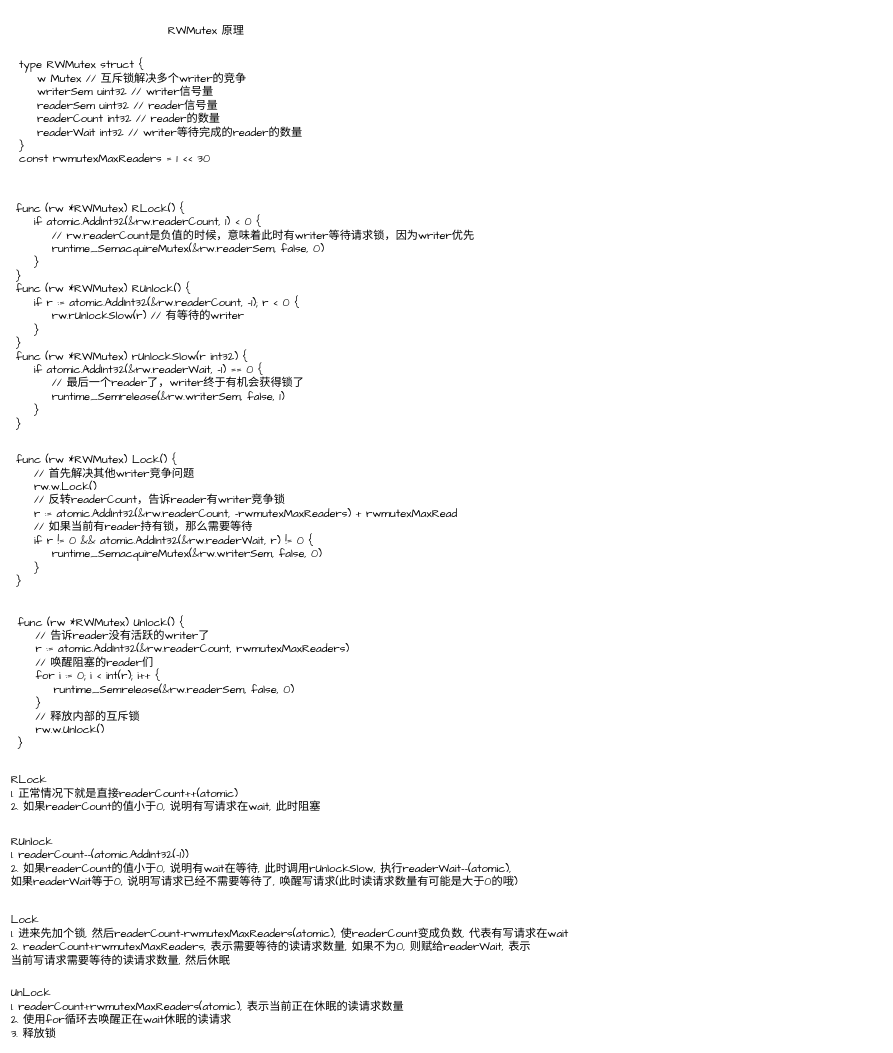
The draw.io diagram drawio/RWMutex.drawio in Zzaniu/drawio, before the edit. Source tidied: cells renumbered, new cells numbered last; positions are measured from the earlier drawing's top-left corner, leaving out a move shared by most shapes. Both pictures are drawn from the tidied source at 56%, with x=0, y=0 at pixel (10, 19).
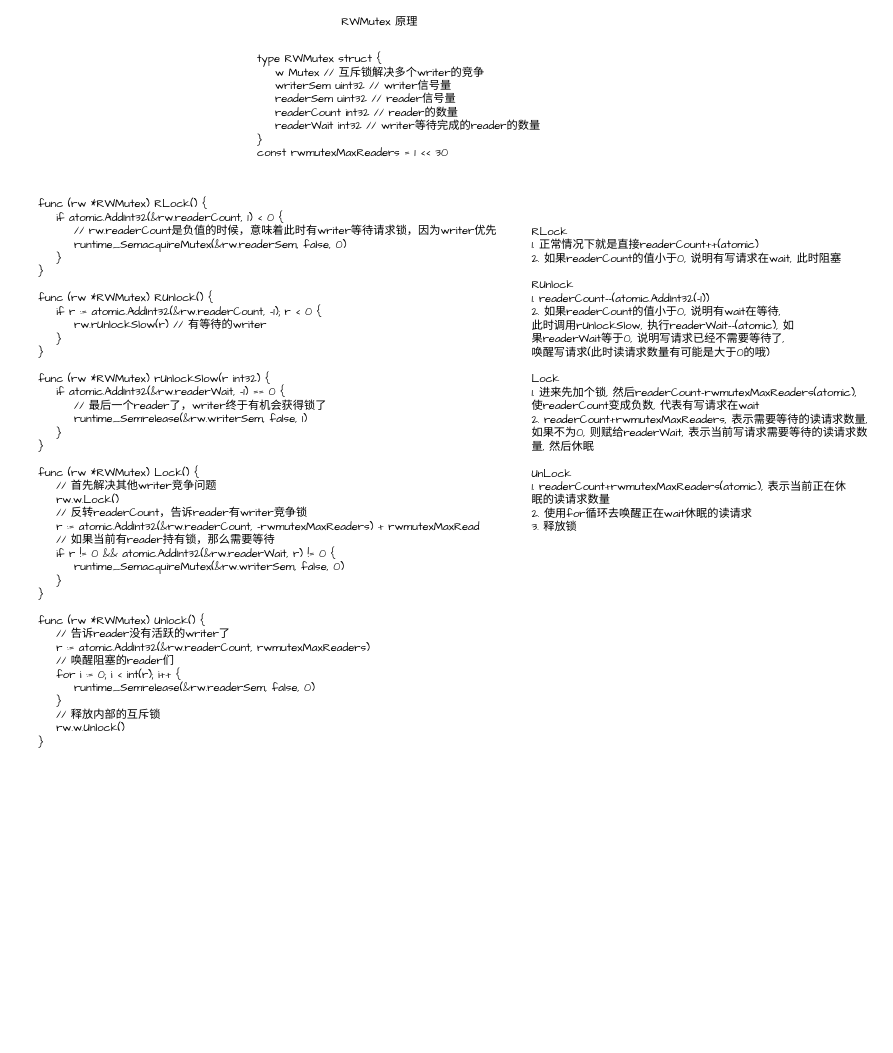
The same page after the edit.

What changed in the source:
```diff
@@
 <mxGraphModel>
   <root>
     <mxCell id="0" />
     <mxCell id="1" parent="0" />
     <mxCell id="2" value="RWMutex&amp;nbsp;原理" style="text;html=1;align=center;verticalAlign=middle;strokeColor=none;fillColor=none;fontSize=20;fontFamily=Architects Daughter;sketch=1;hachureGap=4;jiggle=2;" parent="1" vertex="1">
-      <mxGeometry x="270" width="160" height="40" as="geometry" />
+      <mxGeometry x="580" y="-17" width="160" height="40" as="geometry" />
     </mxCell>
     <mxCell id="3" value="&lt;div&gt;type RWMutex struct {&lt;/div&gt;&lt;div&gt;&amp;nbsp; &amp;nbsp; w Mutex // 互斥锁解决多个writer的竞争&lt;/div&gt;&lt;div&gt;&amp;nbsp; &amp;nbsp; writerSem uint32 // writer信号量&lt;/div&gt;&lt;div&gt;&amp;nbsp; &amp;nbsp; readerSem uint32 // reader信号量&lt;/div&gt;&lt;div&gt;&amp;nbsp; &amp;nbsp; readerCount int32 // reader的数量&lt;/div&gt;&lt;div&gt;&amp;nbsp; &amp;nbsp; readerWait int32 // writer等待完成的reader的数量&lt;/div&gt;&lt;div&gt;}&lt;/div&gt;&lt;div&gt;const rwmutexMaxReaders = 1 &amp;lt;&amp;lt; 30&lt;/div&gt;" style="text;html=1;align=left;verticalAlign=middle;strokeColor=none;fillColor=none;fontSize=20;fontFamily=Architects Daughter;sketch=1;hachureGap=4;jiggle=2;" parent="1" vertex="1">
-      <mxGeometry x="15" y="60" width="530" height="210" as="geometry" />
+      <mxGeometry x="440" y="49" width="530" height="210" as="geometry" />
     </mxCell>
-    <mxCell id="4" value="&lt;div&gt;RLock&lt;/div&gt;&lt;div&gt;1. 正常情况下就是直接readerCount++(atomic)&lt;/div&gt;&lt;div&gt;2. 如果readerCount的值小于0, 说明有写请求在wait, 此时阻塞&lt;/div&gt;&lt;div style=&quot;&quot;&gt;&lt;br&gt;&lt;/div&gt;" style="text;html=1;align=left;verticalAlign=middle;strokeColor=none;fillColor=none;fontSize=20;fontFamily=Architects Daughter;sketch=1;hachureGap=4;jiggle=2;" parent="1" vertex="1">
-      <mxGeometry y="1339" width="580" height="110" as="geometry" />
+    <mxCell id="4" value="&lt;div&gt;RLock&lt;/div&gt;&lt;div&gt;1. 正常情况下就是直接readerCount++(atomic)&lt;/div&gt;&lt;div&gt;2. 如果readerCount的值小于0, 说明有写请求在wait, 此时阻塞&lt;/div&gt;&lt;div&gt;&lt;br&gt;&lt;/div&gt;&lt;div&gt;RUnlock&lt;/div&gt;&lt;div&gt;1. readerCount--(atomic.AddInt32(-1))&lt;/div&gt;&lt;div&gt;2. 如果readerCount的值小于0, 说明有wait在等待,&amp;nbsp;&lt;/div&gt;&lt;div&gt;此时调用rUnlockSlow, 执行readerWait--(atomic), 如&lt;/div&gt;&lt;div&gt;果readerWait等于0, 说明写请求已经不需要等待了,&amp;nbsp;&lt;/div&gt;&lt;div&gt;唤醒写请求(此时读请求数量有可能是大于0的哦)&lt;/div&gt;&lt;div&gt;&lt;br&gt;&lt;/div&gt;&lt;div&gt;Lock&lt;/div&gt;&lt;div&gt;1. 进来先加个锁, 然后readerCount-rwmutexMaxReaders(atomic),&amp;nbsp;&lt;/div&gt;&lt;div&gt;使readerCount变成负数, 代表有写请求在wait&lt;/div&gt;&lt;div&gt;2. readerCount+rwmutexMaxReaders, 表示需要等待的读请求数量,&amp;nbsp;&lt;/div&gt;&lt;div&gt;如果不为0, 则赋给readerWait, 表示当前写请求需要等待的读请求数&lt;/div&gt;&lt;div&gt;量, 然后休眠&lt;/div&gt;&lt;div&gt;&lt;br&gt;&lt;/div&gt;&lt;div&gt;UnLock&lt;/div&gt;&lt;div&gt;1. readerCount+rwmutexMaxReaders(atomic), 表示当前正在休&lt;/div&gt;&lt;div&gt;眠的读请求数量&lt;/div&gt;&lt;div&gt;2. 使用for循环去唤醒正在wait休眠的读请求&lt;/div&gt;&lt;div&gt;3. 释放锁&lt;/div&gt;&lt;div&gt;&lt;br&gt;&lt;/div&gt;" style="text;html=1;align=left;verticalAlign=middle;strokeColor=none;fillColor=none;fontSize=20;fontFamily=Architects Daughter;sketch=1;hachureGap=4;jiggle=2;" parent="1" vertex="1">
+      <mxGeometry x="930" y="359" width="630" height="590" as="geometry" />
     </mxCell>
-    <mxCell id="5" value="&lt;div&gt;RUnlock&lt;/div&gt;&lt;div&gt;1. readerCount--(atomic.AddInt32(-1))&lt;/div&gt;&lt;div&gt;2. 如果readerCount的值小于0, 说明有wait在等待, 此时调用rUnlockSlow, 执行readerWait--(atomic),&lt;/div&gt;&lt;div&gt;如果readerWait等于0, 说明写请求已经不需要等待了, 唤醒写请求(此时读请求数量有可能是大于0的哦)&lt;/div&gt;" style="text;html=1;align=left;verticalAlign=middle;strokeColor=none;fillColor=none;fontSize=20;fontFamily=Architects Daughter;sketch=1;hachureGap=4;jiggle=2;" parent="1" vertex="1">
-      <mxGeometry y="1449" width="930" height="110" as="geometry" />
-    </mxCell>
-    <mxCell id="6" value="&lt;div&gt;Lock&lt;/div&gt;&lt;div&gt;1. 进来先加个锁, 然后readerCount-rwmutexMaxReaders(atomic), 使readerCount变成负数, 代表有写请求在wait&lt;/div&gt;&lt;div&gt;2. readerCount+rwmutexMaxReaders, 表示需要等待的读请求数量, 如果不为0, 则赋给readerWait, 表示&lt;/div&gt;&lt;div&gt;当前写请求需要等待的读请求数量, 然后休眠&lt;/div&gt;" style="text;html=1;align=left;verticalAlign=middle;strokeColor=none;fillColor=none;fontSize=20;fontFamily=Architects Daughter;sketch=1;hachureGap=4;jiggle=2;" parent="1" vertex="1">
-      <mxGeometry y="1589" width="1020" height="110" as="geometry" />
-    </mxCell>
-    <mxCell id="7" value="&lt;div&gt;UnLock&lt;/div&gt;&lt;div&gt;1. readerCount+rwmutexMaxReaders(atomic), 表示当前正在休眠的读请求数量&lt;/div&gt;&lt;div&gt;2. 使用for循环去唤醒正在wait休眠的读请求&lt;/div&gt;&lt;div&gt;3. 释放锁&lt;/div&gt;" style="text;html=1;align=left;verticalAlign=middle;strokeColor=none;fillColor=none;fontSize=20;fontFamily=Architects Daughter;sketch=1;hachureGap=4;jiggle=2;" parent="1" vertex="1">
-      <mxGeometry y="1719" width="730" height="110" as="geometry" />
-    </mxCell>
-    <mxCell id="8" value="&lt;div style=&quot;text-align: left;&quot;&gt;&lt;span style=&quot;background-color: initial;&quot;&gt;func (rw *RWMutex) RLock() {&lt;/span&gt;&lt;/div&gt;&lt;div style=&quot;text-align: left;&quot;&gt;&lt;span style=&quot;background-color: initial;&quot;&gt;&amp;nbsp; &amp;nbsp; if atomic.AddInt32(&amp;amp;rw.readerCount, 1) &amp;lt; 0 {&lt;/span&gt;&lt;/div&gt;&lt;div style=&quot;text-align: left;&quot;&gt;&lt;span style=&quot;background-color: initial;&quot;&gt;&amp;nbsp; &amp;nbsp; &amp;nbsp; &amp;nbsp; // rw.readerCount是负值的时候，意味着此时有writer等待请求锁，因为writer优先&lt;/span&gt;&lt;/div&gt;&lt;div style=&quot;text-align: left;&quot;&gt;&lt;span style=&quot;background-color: initial;&quot;&gt;&amp;nbsp; &amp;nbsp; &amp;nbsp; &amp;nbsp; runtime_SemacquireMutex(&amp;amp;rw.readerSem, false, 0)&lt;/span&gt;&lt;/div&gt;&lt;div style=&quot;text-align: left;&quot;&gt;&lt;span style=&quot;background-color: initial;&quot;&gt;&amp;nbsp; &amp;nbsp; }&lt;/span&gt;&lt;/div&gt;&lt;div style=&quot;text-align: left;&quot;&gt;&lt;span style=&quot;background-color: initial;&quot;&gt;}&lt;/span&gt;&lt;/div&gt;&lt;div style=&quot;text-align: left;&quot;&gt;&lt;span style=&quot;background-color: initial;&quot;&gt;func (rw *RWMutex) RUnlock() {&lt;/span&gt;&lt;/div&gt;&lt;div style=&quot;text-align: left;&quot;&gt;&lt;span style=&quot;background-color: initial;&quot;&gt;&amp;nbsp; &amp;nbsp; if r := atomic.AddInt32(&amp;amp;rw.readerCount, -1); r &amp;lt; 0 {&lt;/span&gt;&lt;/div&gt;&lt;div style=&quot;text-align: left;&quot;&gt;&lt;span style=&quot;background-color: initial;&quot;&gt;&amp;nbsp; &amp;nbsp; &amp;nbsp; &amp;nbsp; rw.rUnlockSlow(r) // 有等待的writer&lt;/span&gt;&lt;/div&gt;&lt;div style=&quot;text-align: left;&quot;&gt;&lt;span style=&quot;background-color: initial;&quot;&gt;&amp;nbsp; &amp;nbsp; }&lt;/span&gt;&lt;/div&gt;&lt;div style=&quot;text-align: left;&quot;&gt;&lt;span style=&quot;background-color: initial;&quot;&gt;}&lt;/span&gt;&lt;/div&gt;&lt;div style=&quot;text-align: left;&quot;&gt;&lt;span style=&quot;background-color: initial;&quot;&gt;func (rw *RWMutex) rUnlockSlow(r int32) {&lt;/span&gt;&lt;/div&gt;&lt;div style=&quot;text-align: left;&quot;&gt;&lt;span style=&quot;background-color: initial;&quot;&gt;&amp;nbsp; &amp;nbsp; if atomic.AddInt32(&amp;amp;rw.readerWait, -1) == 0 {&lt;/span&gt;&lt;/div&gt;&lt;div style=&quot;text-align: left;&quot;&gt;&lt;span style=&quot;background-color: initial;&quot;&gt;&amp;nbsp; &amp;nbsp; &amp;nbsp; &amp;nbsp; // 最后一个reader了，writer终于有机会获得锁了&lt;/span&gt;&lt;/div&gt;&lt;div style=&quot;text-align: left;&quot;&gt;&lt;span style=&quot;background-color: initial;&quot;&gt;&amp;nbsp; &amp;nbsp; &amp;nbsp; &amp;nbsp; runtime_Semrelease(&amp;amp;rw.writerSem, false, 1)&lt;/span&gt;&lt;/div&gt;&lt;div style=&quot;text-align: left;&quot;&gt;&lt;span style=&quot;background-color: initial;&quot;&gt;&amp;nbsp; &amp;nbsp; }&lt;/span&gt;&lt;/div&gt;&lt;div style=&quot;text-align: left;&quot;&gt;&lt;span style=&quot;background-color: initial;&quot;&gt;}&lt;/span&gt;&lt;/div&gt;" style="text;html=1;align=center;verticalAlign=middle;strokeColor=none;fillColor=none;fontSize=20;fontFamily=Architects Daughter;sketch=1;hachureGap=4;jiggle=2;" parent="1" vertex="1">
-      <mxGeometry y="319" width="840" height="420" as="geometry" />
+    <mxCell id="8" value="&lt;div style=&quot;text-align: left;&quot;&gt;&lt;span style=&quot;background-color: initial;&quot;&gt;func (rw *RWMutex) RLock() {&lt;/span&gt;&lt;/div&gt;&lt;div style=&quot;text-align: left;&quot;&gt;&lt;span style=&quot;background-color: initial;&quot;&gt;&amp;nbsp; &amp;nbsp; if atomic.AddInt32(&amp;amp;rw.readerCount, 1) &amp;lt; 0 {&lt;/span&gt;&lt;/div&gt;&lt;div style=&quot;text-align: left;&quot;&gt;&lt;span style=&quot;background-color: initial;&quot;&gt;&amp;nbsp; &amp;nbsp; &amp;nbsp; &amp;nbsp; // rw.readerCount是负值的时候，意味着此时有writer等待请求锁，因为writer优先&lt;/span&gt;&lt;/div&gt;&lt;div style=&quot;text-align: left;&quot;&gt;&lt;span style=&quot;background-color: initial;&quot;&gt;&amp;nbsp; &amp;nbsp; &amp;nbsp; &amp;nbsp; runtime_SemacquireMutex(&amp;amp;rw.readerSem, false, 0)&lt;/span&gt;&lt;/div&gt;&lt;div style=&quot;text-align: left;&quot;&gt;&lt;span style=&quot;background-color: initial;&quot;&gt;&amp;nbsp; &amp;nbsp; }&lt;/span&gt;&lt;/div&gt;&lt;div style=&quot;text-align: left;&quot;&gt;&lt;span style=&quot;background-color: initial;&quot;&gt;}&lt;/span&gt;&lt;/div&gt;&lt;div style=&quot;text-align: left;&quot;&gt;&lt;span style=&quot;background-color: initial;&quot;&gt;&lt;br&gt;&lt;/span&gt;&lt;/div&gt;&lt;div style=&quot;text-align: left;&quot;&gt;&lt;span style=&quot;background-color: initial;&quot;&gt;func (rw *RWMutex) RUnlock() {&lt;/span&gt;&lt;/div&gt;&lt;div style=&quot;text-align: left;&quot;&gt;&lt;span style=&quot;background-color: initial;&quot;&gt;&amp;nbsp; &amp;nbsp; if r := atomic.AddInt32(&amp;amp;rw.readerCount, -1); r &amp;lt; 0 {&lt;/span&gt;&lt;/div&gt;&lt;div style=&quot;text-align: left;&quot;&gt;&lt;span style=&quot;background-color: initial;&quot;&gt;&amp;nbsp; &amp;nbsp; &amp;nbsp; &amp;nbsp; rw.rUnlockSlow(r) // 有等待的writer&lt;/span&gt;&lt;/div&gt;&lt;div style=&quot;text-align: left;&quot;&gt;&lt;span style=&quot;background-color: initial;&quot;&gt;&amp;nbsp; &amp;nbsp; }&lt;/span&gt;&lt;/div&gt;&lt;div style=&quot;text-align: left;&quot;&gt;&lt;span style=&quot;background-color: initial;&quot;&gt;}&lt;/span&gt;&lt;/div&gt;&lt;div style=&quot;text-align: left;&quot;&gt;&lt;span style=&quot;background-color: initial;&quot;&gt;&lt;br&gt;&lt;/span&gt;&lt;/div&gt;&lt;div style=&quot;text-align: left;&quot;&gt;&lt;span style=&quot;background-color: initial;&quot;&gt;func (rw *RWMutex) rUnlockSlow(r int32) {&lt;/span&gt;&lt;/div&gt;&lt;div style=&quot;text-align: left;&quot;&gt;&lt;span style=&quot;background-color: initial;&quot;&gt;&amp;nbsp; &amp;nbsp; if atomic.AddInt32(&amp;amp;rw.readerWait, -1) == 0 {&lt;/span&gt;&lt;/div&gt;&lt;div style=&quot;text-align: left;&quot;&gt;&lt;span style=&quot;background-color: initial;&quot;&gt;&amp;nbsp; &amp;nbsp; &amp;nbsp; &amp;nbsp; // 最后一个reader了，writer终于有机会获得锁了&lt;/span&gt;&lt;/div&gt;&lt;div style=&quot;text-align: left;&quot;&gt;&lt;span style=&quot;background-color: initial;&quot;&gt;&amp;nbsp; &amp;nbsp; &amp;nbsp; &amp;nbsp; runtime_Semrelease(&amp;amp;rw.writerSem, false, 1)&lt;/span&gt;&lt;/div&gt;&lt;div style=&quot;text-align: left;&quot;&gt;&lt;span style=&quot;background-color: initial;&quot;&gt;&amp;nbsp; &amp;nbsp; }&lt;/span&gt;&lt;/div&gt;&lt;div style=&quot;text-align: left;&quot;&gt;&lt;span style=&quot;background-color: initial;&quot;&gt;}&lt;/span&gt;&lt;/div&gt;&lt;div style=&quot;text-align: left;&quot;&gt;&lt;span style=&quot;background-color: initial;&quot;&gt;&lt;br&gt;&lt;/span&gt;&lt;/div&gt;&lt;div style=&quot;text-align: left;&quot;&gt;&lt;div&gt;&lt;span style=&quot;background-color: initial;&quot;&gt;func (rw *RWMutex) Lock() {&lt;/span&gt;&lt;/div&gt;&lt;div&gt;&lt;span style=&quot;background-color: initial;&quot;&gt;&amp;nbsp; &amp;nbsp; // 首先解决其他writer竞争问题&lt;/span&gt;&lt;/div&gt;&lt;div&gt;&lt;span style=&quot;background-color: initial;&quot;&gt;&amp;nbsp; &amp;nbsp; rw.w.Lock()&lt;/span&gt;&lt;/div&gt;&lt;div&gt;&lt;span style=&quot;background-color: initial;&quot;&gt;&amp;nbsp; &amp;nbsp; // 反转readerCount，告诉reader有writer竞争锁&lt;/span&gt;&lt;/div&gt;&lt;div&gt;&lt;span style=&quot;background-color: initial;&quot;&gt;&amp;nbsp; &amp;nbsp; r := atomic.AddInt32(&amp;amp;rw.readerCount, -rwmutexMaxReaders) + rwmutexMaxRead&lt;/span&gt;&lt;/div&gt;&lt;div&gt;&lt;span style=&quot;background-color: initial;&quot;&gt;&amp;nbsp; &amp;nbsp; // 如果当前有reader持有锁，那么需要等待&lt;/span&gt;&lt;/div&gt;&lt;div&gt;&lt;span style=&quot;background-color: initial;&quot;&gt;&amp;nbsp; &amp;nbsp; if r != 0 &amp;amp;&amp;amp; atomic.AddInt32(&amp;amp;rw.readerWait, r) != 0 {&lt;/span&gt;&lt;/div&gt;&lt;div&gt;&lt;span style=&quot;background-color: initial;&quot;&gt;&amp;nbsp; &amp;nbsp; &amp;nbsp; &amp;nbsp; runtime_SemacquireMutex(&amp;amp;rw.writerSem, false, 0)&lt;/span&gt;&lt;/div&gt;&lt;div&gt;&lt;span style=&quot;background-color: initial;&quot;&gt;&amp;nbsp; &amp;nbsp; }&lt;/span&gt;&lt;/div&gt;&lt;div&gt;&lt;span style=&quot;background-color: initial;&quot;&gt;}&lt;/span&gt;&lt;/div&gt;&lt;div&gt;&lt;span style=&quot;background-color: initial;&quot;&gt;&lt;br&gt;&lt;/span&gt;&lt;/div&gt;&lt;div&gt;&lt;div&gt;&lt;span style=&quot;background-color: initial;&quot;&gt;func (rw *RWMutex) Unlock() {&lt;/span&gt;&lt;/div&gt;&lt;div&gt;&lt;span style=&quot;background-color: initial;&quot;&gt;&amp;nbsp; &amp;nbsp; // 告诉reader没有活跃的writer了&lt;/span&gt;&lt;/div&gt;&lt;div&gt;&lt;span style=&quot;background-color: initial;&quot;&gt;&amp;nbsp; &amp;nbsp; r := atomic.AddInt32(&amp;amp;rw.readerCount, rwmutexMaxReaders)&lt;/span&gt;&lt;/div&gt;&lt;div&gt;&lt;span style=&quot;background-color: initial;&quot;&gt;&amp;nbsp; &amp;nbsp; // 唤醒阻塞的reader们&lt;/span&gt;&lt;/div&gt;&lt;div&gt;&lt;span style=&quot;background-color: initial;&quot;&gt;&amp;nbsp; &amp;nbsp; for i := 0; i &amp;lt; int(r); i++ {&lt;/span&gt;&lt;/div&gt;&lt;div&gt;&lt;span style=&quot;background-color: initial;&quot;&gt;&amp;nbsp; &amp;nbsp; &amp;nbsp; &amp;nbsp; runtime_Semrelease(&amp;amp;rw.readerSem, false, 0)&lt;/span&gt;&lt;/div&gt;&lt;div&gt;&lt;span style=&quot;background-color: initial;&quot;&gt;&amp;nbsp; &amp;nbsp; }&lt;/span&gt;&lt;/div&gt;&lt;div&gt;&lt;span style=&quot;background-color: initial;&quot;&gt;&amp;nbsp; &amp;nbsp; // 释放内部的互斥锁&lt;/span&gt;&lt;/div&gt;&lt;div&gt;&lt;span style=&quot;background-color: initial;&quot;&gt;&amp;nbsp; &amp;nbsp; rw.w.Unlock()&lt;/span&gt;&lt;/div&gt;&lt;div&gt;&lt;span style=&quot;background-color: initial;&quot;&gt;}&lt;/span&gt;&lt;/div&gt;&lt;/div&gt;&lt;/div&gt;" style="text;html=1;align=center;verticalAlign=middle;strokeColor=none;fillColor=none;fontSize=20;fontFamily=Architects Daughter;sketch=1;hachureGap=4;jiggle=2;" parent="1" vertex="1">
+      <mxGeometry x="40" y="309" width="840" height="1000" as="geometry" />
     </mxCell>
-    <mxCell id="9" value="&lt;div style=&quot;text-align: left;&quot;&gt;&lt;span style=&quot;background-color: initial;&quot;&gt;func (rw *RWMutex) Lock() {&lt;/span&gt;&lt;/div&gt;&lt;div style=&quot;text-align: left;&quot;&gt;&lt;span style=&quot;background-color: initial;&quot;&gt;&amp;nbsp; &amp;nbsp; // 首先解决其他writer竞争问题&lt;/span&gt;&lt;/div&gt;&lt;div style=&quot;text-align: left;&quot;&gt;&lt;span style=&quot;background-color: initial;&quot;&gt;&amp;nbsp; &amp;nbsp; rw.w.Lock()&lt;/span&gt;&lt;/div&gt;&lt;div style=&quot;text-align: left;&quot;&gt;&lt;span style=&quot;background-color: initial;&quot;&gt;&amp;nbsp; &amp;nbsp; // 反转readerCount，告诉reader有writer竞争锁&lt;/span&gt;&lt;/div&gt;&lt;div style=&quot;text-align: left;&quot;&gt;&lt;span style=&quot;background-color: initial;&quot;&gt;&amp;nbsp; &amp;nbsp; r := atomic.AddInt32(&amp;amp;rw.readerCount, -rwmutexMaxReaders) + rwmutexMaxRead&lt;/span&gt;&lt;/div&gt;&lt;div style=&quot;text-align: left;&quot;&gt;&lt;span style=&quot;background-color: initial;&quot;&gt;&amp;nbsp; &amp;nbsp; // 如果当前有reader持有锁，那么需要等待&lt;/span&gt;&lt;/div&gt;&lt;div style=&quot;text-align: left;&quot;&gt;&lt;span style=&quot;background-color: initial;&quot;&gt;&amp;nbsp; &amp;nbsp; if r != 0 &amp;amp;&amp;amp; atomic.AddInt32(&amp;amp;rw.readerWait, r) != 0 {&lt;/span&gt;&lt;/div&gt;&lt;div style=&quot;text-align: left;&quot;&gt;&lt;span style=&quot;background-color: initial;&quot;&gt;&amp;nbsp; &amp;nbsp; &amp;nbsp; &amp;nbsp; runtime_SemacquireMutex(&amp;amp;rw.writerSem, false, 0)&lt;/span&gt;&lt;/div&gt;&lt;div style=&quot;text-align: left;&quot;&gt;&lt;span style=&quot;background-color: initial;&quot;&gt;&amp;nbsp; &amp;nbsp; }&lt;/span&gt;&lt;/div&gt;&lt;div style=&quot;text-align: left;&quot;&gt;&lt;span style=&quot;background-color: initial;&quot;&gt;}&lt;/span&gt;&lt;/div&gt;" style="text;html=1;align=center;verticalAlign=middle;strokeColor=none;fillColor=none;fontSize=20;fontFamily=Architects Daughter;sketch=1;hachureGap=4;jiggle=2;" parent="1" vertex="1">
-      <mxGeometry y="769" width="810" height="250" as="geometry" />
+    <mxCell id="9" value="&lt;div style=&quot;text-align: left;&quot;&gt;&lt;br&gt;&lt;/div&gt;" style="text;html=1;align=center;verticalAlign=middle;strokeColor=none;fillColor=none;fontSize=20;fontFamily=Architects Daughter;sketch=1;hachureGap=4;jiggle=2;" parent="1" vertex="1">
+      <mxGeometry x="395" y="874" width="20" height="40" as="geometry" />
     </mxCell>
-    <mxCell id="10" value="&lt;div style=&quot;text-align: left;&quot;&gt;&lt;span style=&quot;background-color: initial;&quot;&gt;func (rw *RWMutex) Unlock() {&lt;/span&gt;&lt;/div&gt;&lt;div style=&quot;text-align: left;&quot;&gt;&lt;span style=&quot;background-color: initial;&quot;&gt;&amp;nbsp; &amp;nbsp; // 告诉reader没有活跃的writer了&lt;/span&gt;&lt;/div&gt;&lt;div style=&quot;text-align: left;&quot;&gt;&lt;span style=&quot;background-color: initial;&quot;&gt;&amp;nbsp; &amp;nbsp; r := atomic.AddInt32(&amp;amp;rw.readerCount, rwmutexMaxReaders)&lt;/span&gt;&lt;/div&gt;&lt;div style=&quot;text-align: left;&quot;&gt;&lt;span style=&quot;background-color: initial;&quot;&gt;&amp;nbsp; &amp;nbsp; // 唤醒阻塞的reader们&lt;/span&gt;&lt;/div&gt;&lt;div style=&quot;text-align: left;&quot;&gt;&lt;span style=&quot;background-color: initial;&quot;&gt;&amp;nbsp; &amp;nbsp; for i := 0; i &amp;lt; int(r); i++ {&lt;/span&gt;&lt;/div&gt;&lt;div style=&quot;text-align: left;&quot;&gt;&lt;span style=&quot;background-color: initial;&quot;&gt;&amp;nbsp; &amp;nbsp; &amp;nbsp; &amp;nbsp; runtime_Semrelease(&amp;amp;rw.readerSem, false, 0)&lt;/span&gt;&lt;/div&gt;&lt;div style=&quot;text-align: left;&quot;&gt;&lt;span style=&quot;background-color: initial;&quot;&gt;&amp;nbsp; &amp;nbsp; }&lt;/span&gt;&lt;/div&gt;&lt;div style=&quot;text-align: left;&quot;&gt;&lt;span style=&quot;background-color: initial;&quot;&gt;&amp;nbsp; &amp;nbsp; // 释放内部的互斥锁&lt;/span&gt;&lt;/div&gt;&lt;div style=&quot;text-align: left;&quot;&gt;&lt;span style=&quot;background-color: initial;&quot;&gt;&amp;nbsp; &amp;nbsp; rw.w.Unlock()&lt;/span&gt;&lt;/div&gt;&lt;div style=&quot;text-align: left;&quot;&gt;&lt;span style=&quot;background-color: initial;&quot;&gt;}&lt;/span&gt;&lt;/div&gt;" style="text;html=1;align=center;verticalAlign=middle;strokeColor=none;fillColor=none;fontSize=20;fontFamily=Architects Daughter;sketch=1;hachureGap=4;jiggle=2;" parent="1" vertex="1">
-      <mxGeometry y="1059" width="620" height="250" as="geometry" />
+    <mxCell id="10" value="&lt;div style=&quot;text-align: left;&quot;&gt;&lt;br&gt;&lt;/div&gt;" style="text;html=1;align=center;verticalAlign=middle;strokeColor=none;fillColor=none;fontSize=20;fontFamily=Architects Daughter;sketch=1;hachureGap=4;jiggle=2;" parent="1" vertex="1">
+      <mxGeometry x="300" y="1164" width="20" height="40" as="geometry" />
     </mxCell>
   </root>
 </mxGraphModel>
```
